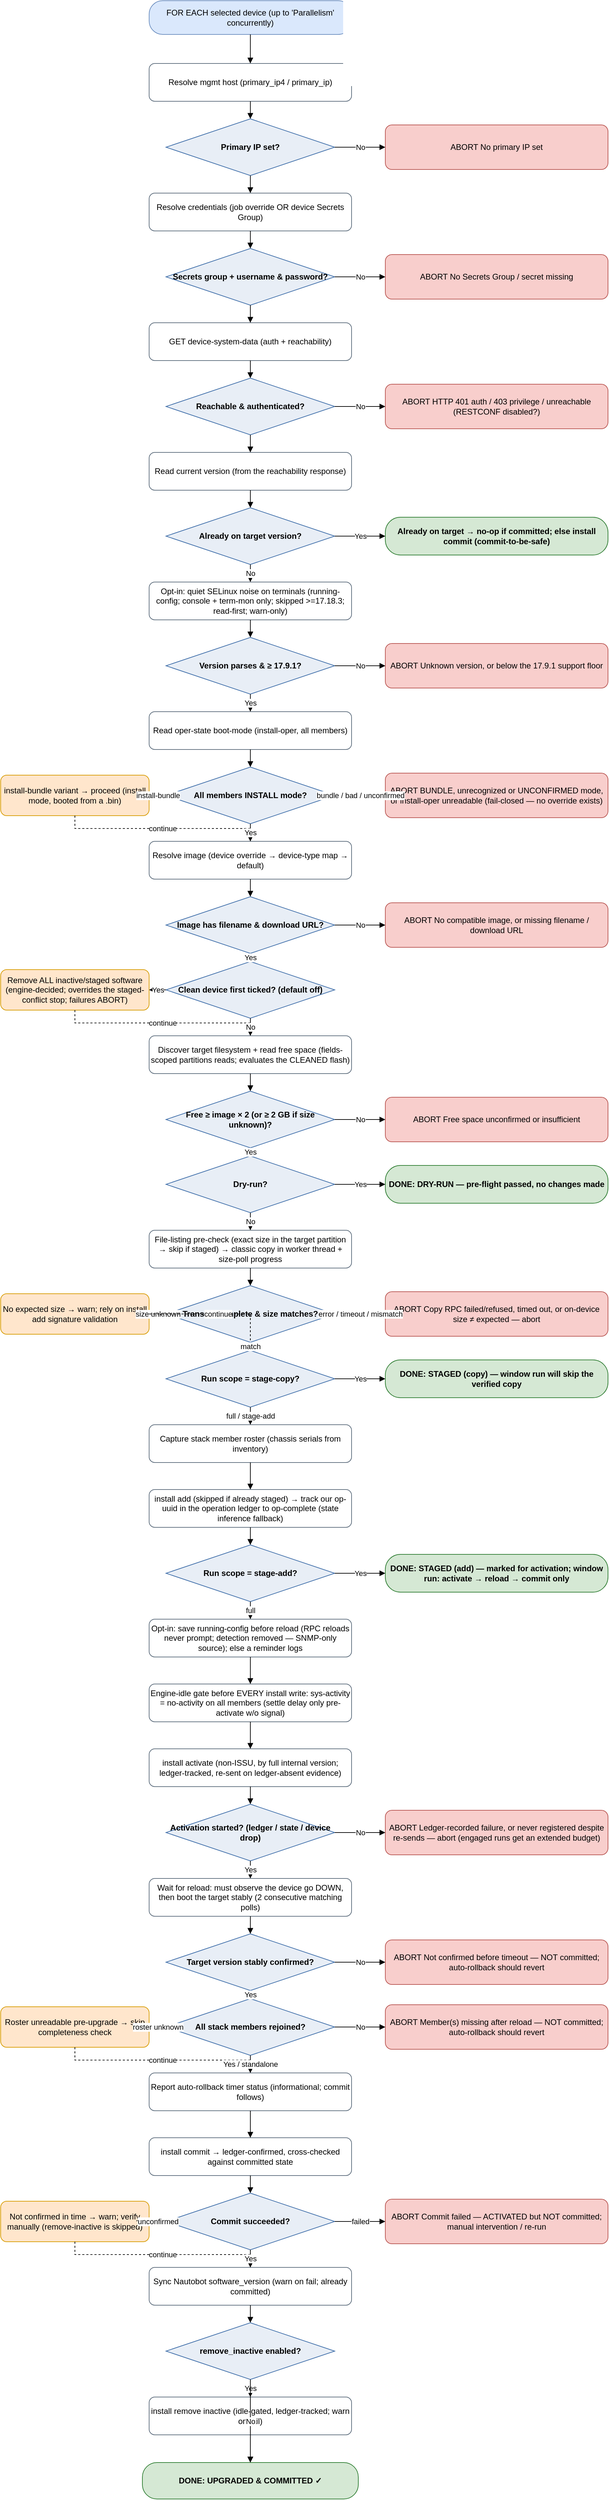
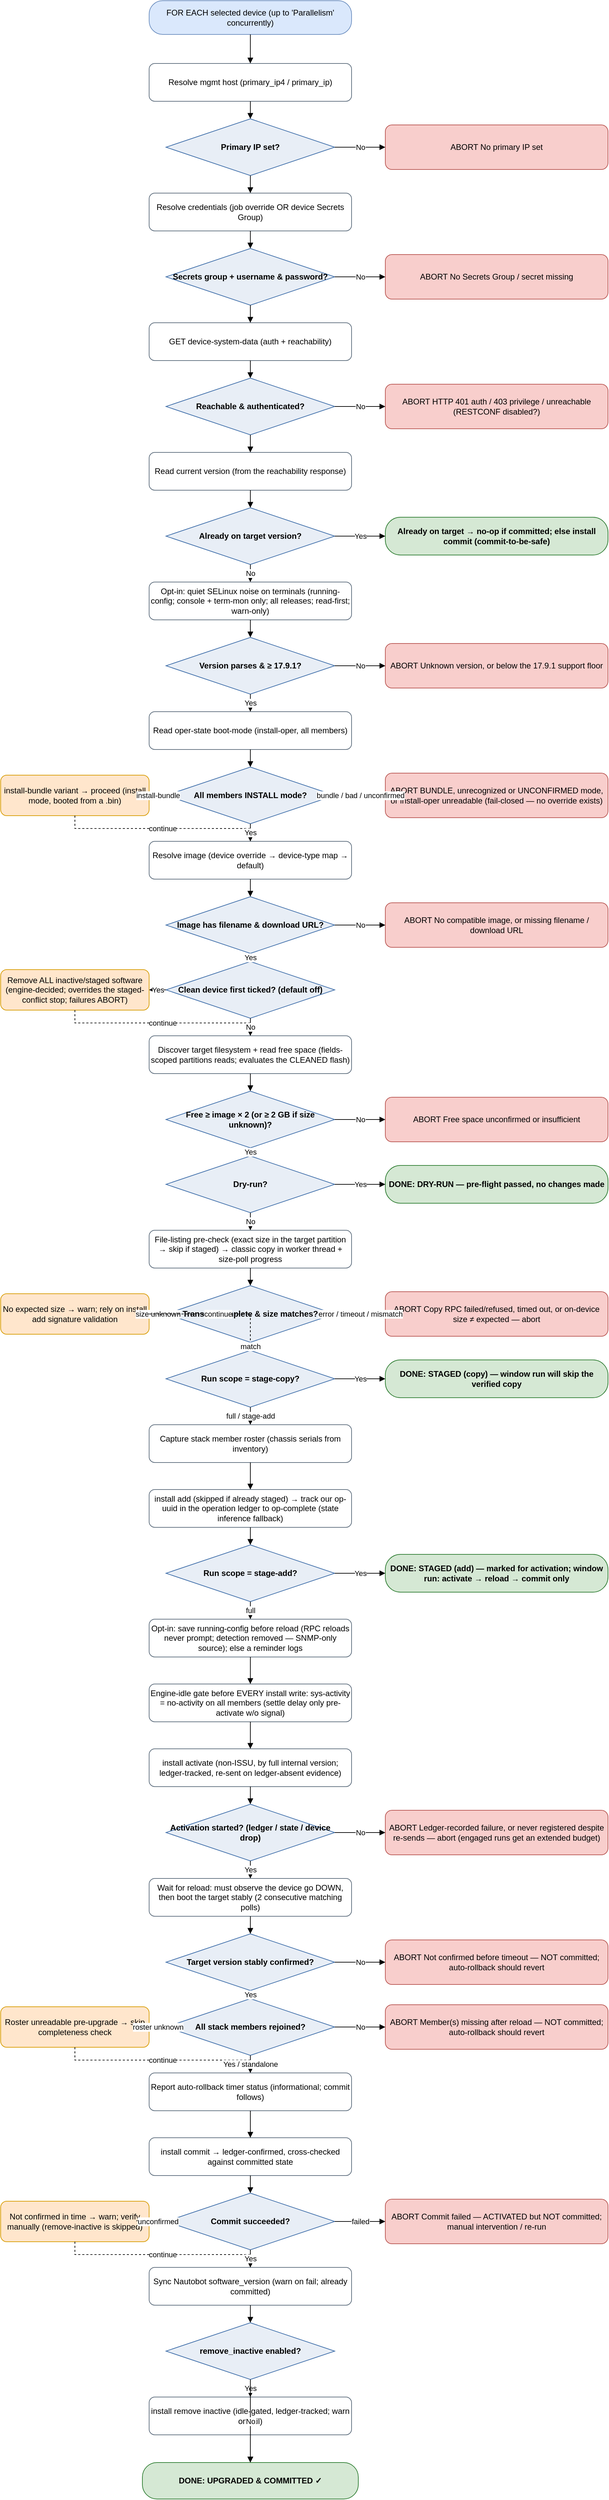
<mxfile host="app.diagrams.net" type="device">
  <diagram name="IOS-XE upgrade flow" id="iosxe-upgrade-flow">
    <mxGraphModel dx="1000" dy="2000" grid="1" gridSize="10" guides="1" tooltips="1"
        connect="1" arrows="1" fold="1" page="1" pageScale="1" math="0" shadow="0">
      <root>
        <mxCell id="0"/>
        <mxCell id="1" parent="0"/>
        <mxCell id="start" value="FOR EACH selected device&amp;#10;(up to &#x27;Parallelism&#x27; concurrently)" style="rounded=1;arcSize=40;whiteSpace=wrap;html=1;fillColor=#DAE8FC;strokeColor=#6C8EBF;" vertex="1" parent="1"><mxGeometry x="250" y="31" width="300" height="50" as="geometry"/></mxCell>
        <mxCell id="host" value="Resolve mgmt host&amp;#10;(primary_ip4 / primary_ip)" style="rounded=1;whiteSpace=wrap;html=1;fillColor=#FFFFFF;strokeColor=#5B6B7B;" vertex="1" parent="1"><mxGeometry x="250" y="124" width="300" height="56" as="geometry"/></mxCell>
        <mxCell id="d_ip" value="Primary IP set?" style="rhombus;whiteSpace=wrap;html=1;fillColor=#E8EEF6;strokeColor=#3C6CA8;fontStyle=1;" vertex="1" parent="1"><mxGeometry x="275" y="206" width="250" height="84" as="geometry"/></mxCell>
        <mxCell id="cred" value="Resolve credentials&amp;#10;(job override OR device Secrets Group)" style="rounded=1;whiteSpace=wrap;html=1;fillColor=#FFFFFF;strokeColor=#5B6B7B;" vertex="1" parent="1"><mxGeometry x="250" y="316" width="300" height="56" as="geometry"/></mxCell>
        <mxCell id="d_cred" value="Secrets group +&amp;#10;username &amp; password?" style="rhombus;whiteSpace=wrap;html=1;fillColor=#E8EEF6;strokeColor=#3C6CA8;fontStyle=1;" vertex="1" parent="1"><mxGeometry x="275" y="398" width="250" height="84" as="geometry"/></mxCell>
        <mxCell id="reach" value="GET device-system-data&amp;#10;(auth + reachability)" style="rounded=1;whiteSpace=wrap;html=1;fillColor=#FFFFFF;strokeColor=#5B6B7B;" vertex="1" parent="1"><mxGeometry x="250" y="508" width="300" height="56" as="geometry"/></mxCell>
        <mxCell id="d_reach" value="Reachable &amp;&amp;#10;authenticated?" style="rhombus;whiteSpace=wrap;html=1;fillColor=#E8EEF6;strokeColor=#3C6CA8;fontStyle=1;" vertex="1" parent="1"><mxGeometry x="275" y="590" width="250" height="84" as="geometry"/></mxCell>
        <mxCell id="curr" value="Read current version&amp;#10;(from the reachability response)" style="rounded=1;whiteSpace=wrap;html=1;fillColor=#FFFFFF;strokeColor=#5B6B7B;" vertex="1" parent="1"><mxGeometry x="250" y="700" width="300" height="56" as="geometry"/></mxCell>
        <mxCell id="d_target" value="Already on&amp;#10;target version?" style="rhombus;whiteSpace=wrap;html=1;fillColor=#E8EEF6;strokeColor=#3C6CA8;fontStyle=1;" vertex="1" parent="1"><mxGeometry x="275" y="782" width="250" height="84" as="geometry"/></mxCell>
-         <mxCell id="avcsup" value="Opt-in: quiet SELinux noise on terminals&amp;#10;(running-config; console + term-mon only;&amp;#10;skipped &gt;=17.18.3; read-first; warn-only)" style="rounded=1;whiteSpace=wrap;html=1;fillColor=#FFFFFF;strokeColor=#5B6B7B;" vertex="1" parent="1"><mxGeometry x="250" y="892" width="300" height="56" as="geometry"/></mxCell>
+         <mxCell id="avcsup" value="Opt-in: quiet SELinux noise on terminals&amp;#10;(running-config; console + term-mon only;&amp;#10;all releases; read-first; warn-only)" style="rounded=1;whiteSpace=wrap;html=1;fillColor=#FFFFFF;strokeColor=#5B6B7B;" vertex="1" parent="1"><mxGeometry x="250" y="892" width="300" height="56" as="geometry"/></mxCell>
        <mxCell id="d_floor" value="Version parses&amp;#10;&amp; ≥ 17.9.1?" style="rhombus;whiteSpace=wrap;html=1;fillColor=#E8EEF6;strokeColor=#3C6CA8;fontStyle=1;" vertex="1" parent="1"><mxGeometry x="275" y="974" width="250" height="84" as="geometry"/></mxCell>
        <mxCell id="mode" value="Read oper-state boot-mode&amp;#10;(install-oper, all members)" style="rounded=1;whiteSpace=wrap;html=1;fillColor=#FFFFFF;strokeColor=#5B6B7B;" vertex="1" parent="1"><mxGeometry x="250" y="1084" width="300" height="56" as="geometry"/></mxCell>
        <mxCell id="d_mode" value="All members&amp;#10;INSTALL mode?" style="rhombus;whiteSpace=wrap;html=1;fillColor=#E8EEF6;strokeColor=#3C6CA8;fontStyle=1;" vertex="1" parent="1"><mxGeometry x="275" y="1166" width="250" height="84" as="geometry"/></mxCell>
        <mxCell id="img" value="Resolve image (device override →&amp;#10;device-type map → default)" style="rounded=1;whiteSpace=wrap;html=1;fillColor=#FFFFFF;strokeColor=#5B6B7B;" vertex="1" parent="1"><mxGeometry x="250" y="1276" width="300" height="56" as="geometry"/></mxCell>
        <mxCell id="d_img" value="Image has filename&amp;#10;&amp; download URL?" style="rhombus;whiteSpace=wrap;html=1;fillColor=#E8EEF6;strokeColor=#3C6CA8;fontStyle=1;" vertex="1" parent="1"><mxGeometry x="275" y="1358" width="250" height="84" as="geometry"/></mxCell>
        <mxCell id="d_clean" value="Clean device first&amp;#10;ticked? (default off)" style="rhombus;whiteSpace=wrap;html=1;fillColor=#E8EEF6;strokeColor=#3C6CA8;fontStyle=1;" vertex="1" parent="1"><mxGeometry x="275" y="1454" width="250" height="84" as="geometry"/></mxCell>
        <mxCell id="space" value="Discover target filesystem + read free&amp;#10;space (fields-scoped partitions reads;&amp;#10;evaluates the CLEANED flash)" style="rounded=1;whiteSpace=wrap;html=1;fillColor=#FFFFFF;strokeColor=#5B6B7B;" vertex="1" parent="1"><mxGeometry x="250" y="1564" width="300" height="56" as="geometry"/></mxCell>
        <mxCell id="d_space" value="Free ≥ image × 2&amp;#10;(or ≥ 2 GB if size unknown)?" style="rhombus;whiteSpace=wrap;html=1;fillColor=#E8EEF6;strokeColor=#3C6CA8;fontStyle=1;" vertex="1" parent="1"><mxGeometry x="275" y="1646" width="250" height="84" as="geometry"/></mxCell>
        <mxCell id="d_dry" value="Dry-run?" style="rhombus;whiteSpace=wrap;html=1;fillColor=#E8EEF6;strokeColor=#3C6CA8;fontStyle=1;" vertex="1" parent="1"><mxGeometry x="275" y="1742" width="250" height="84" as="geometry"/></mxCell>
        <mxCell id="copy" value="File-listing pre-check (exact size in the&amp;#10;target partition → skip if staged) → classic&amp;#10;copy in worker thread + size-poll progress" style="rounded=1;whiteSpace=wrap;html=1;fillColor=#FFFFFF;strokeColor=#5B6B7B;" vertex="1" parent="1"><mxGeometry x="250" y="1852" width="300" height="56" as="geometry"/></mxCell>
        <mxCell id="d_size" value="Transfer complete&amp;#10;&amp; size matches?" style="rhombus;whiteSpace=wrap;html=1;fillColor=#E8EEF6;strokeColor=#3C6CA8;fontStyle=1;" vertex="1" parent="1"><mxGeometry x="275" y="1934" width="250" height="84" as="geometry"/></mxCell>
        <mxCell id="d_stagecopy" value="Run scope =&amp;#10;stage-copy?" style="rhombus;whiteSpace=wrap;html=1;fillColor=#E8EEF6;strokeColor=#3C6CA8;fontStyle=1;" vertex="1" parent="1"><mxGeometry x="275" y="2030" width="250" height="84" as="geometry"/></mxCell>
        <mxCell id="roster" value="Capture stack member roster&amp;#10;(chassis serials from inventory)" style="rounded=1;whiteSpace=wrap;html=1;fillColor=#FFFFFF;strokeColor=#5B6B7B;" vertex="1" parent="1"><mxGeometry x="250" y="2140" width="300" height="56" as="geometry"/></mxCell>
        <mxCell id="add" value="install add (skipped if already staged) →&amp;#10;track our op-uuid in the operation ledger&amp;#10;to op-complete (state inference fallback)" style="rounded=1;whiteSpace=wrap;html=1;fillColor=#FFFFFF;strokeColor=#5B6B7B;" vertex="1" parent="1"><mxGeometry x="250" y="2236" width="300" height="56" as="geometry"/></mxCell>
        <mxCell id="d_stageadd" value="Run scope =&amp;#10;stage-add?" style="rhombus;whiteSpace=wrap;html=1;fillColor=#E8EEF6;strokeColor=#3C6CA8;fontStyle=1;" vertex="1" parent="1"><mxGeometry x="275" y="2318" width="250" height="84" as="geometry"/></mxCell>
        <mxCell id="cfgsync" value="Opt-in: save running-config before reload&amp;#10;(RPC reloads never prompt; detection removed&amp;#10;— SNMP-only source); else a reminder logs" style="rounded=1;whiteSpace=wrap;html=1;fillColor=#FFFFFF;strokeColor=#5B6B7B;" vertex="1" parent="1"><mxGeometry x="250" y="2428" width="300" height="56" as="geometry"/></mxCell>
        <mxCell id="idle" value="Engine-idle gate before EVERY install write:&amp;#10;sys-activity = no-activity on all members&amp;#10;(settle delay only pre-activate w/o signal)" style="rounded=1;whiteSpace=wrap;html=1;fillColor=#FFFFFF;strokeColor=#5B6B7B;" vertex="1" parent="1"><mxGeometry x="250" y="2524" width="300" height="56" as="geometry"/></mxCell>
        <mxCell id="act" value="install activate (non-ISSU, by full internal&amp;#10;version; ledger-tracked,&amp;#10;re-sent on ledger-absent evidence)" style="rounded=1;whiteSpace=wrap;html=1;fillColor=#FFFFFF;strokeColor=#5B6B7B;" vertex="1" parent="1"><mxGeometry x="250" y="2620" width="300" height="56" as="geometry"/></mxCell>
        <mxCell id="d_act" value="Activation started?&amp;#10;(ledger / state / device drop)" style="rhombus;whiteSpace=wrap;html=1;fillColor=#E8EEF6;strokeColor=#3C6CA8;fontStyle=1;" vertex="1" parent="1"><mxGeometry x="275" y="2702" width="250" height="84" as="geometry"/></mxCell>
        <mxCell id="waitc" value="Wait for reload: must observe the device&amp;#10;go DOWN, then boot the target stably&amp;#10;(2 consecutive matching polls)" style="rounded=1;whiteSpace=wrap;html=1;fillColor=#FFFFFF;strokeColor=#5B6B7B;" vertex="1" parent="1"><mxGeometry x="250" y="2812" width="300" height="56" as="geometry"/></mxCell>
        <mxCell id="d_confirm" value="Target version&amp;#10;stably confirmed?" style="rhombus;whiteSpace=wrap;html=1;fillColor=#E8EEF6;strokeColor=#3C6CA8;fontStyle=1;" vertex="1" parent="1"><mxGeometry x="275" y="2894" width="250" height="84" as="geometry"/></mxCell>
        <mxCell id="d_members" value="All stack members&amp;#10;rejoined?" style="rhombus;whiteSpace=wrap;html=1;fillColor=#E8EEF6;strokeColor=#3C6CA8;fontStyle=1;" vertex="1" parent="1"><mxGeometry x="275" y="2990" width="250" height="84" as="geometry"/></mxCell>
        <mxCell id="rollbackchk" value="Report auto-rollback timer status&amp;#10;(informational; commit follows)" style="rounded=1;whiteSpace=wrap;html=1;fillColor=#FFFFFF;strokeColor=#5B6B7B;" vertex="1" parent="1"><mxGeometry x="250" y="3100" width="300" height="56" as="geometry"/></mxCell>
        <mxCell id="commit" value="install commit → ledger-confirmed,&amp;#10;cross-checked against committed state" style="rounded=1;whiteSpace=wrap;html=1;fillColor=#FFFFFF;strokeColor=#5B6B7B;" vertex="1" parent="1"><mxGeometry x="250" y="3196" width="300" height="56" as="geometry"/></mxCell>
        <mxCell id="d_commit" value="Commit&amp;#10;succeeded?" style="rhombus;whiteSpace=wrap;html=1;fillColor=#E8EEF6;strokeColor=#3C6CA8;fontStyle=1;" vertex="1" parent="1"><mxGeometry x="275" y="3278" width="250" height="84" as="geometry"/></mxCell>
        <mxCell id="sync" value="Sync Nautobot software_version&amp;#10;(warn on fail; already committed)" style="rounded=1;whiteSpace=wrap;html=1;fillColor=#FFFFFF;strokeColor=#5B6B7B;" vertex="1" parent="1"><mxGeometry x="250" y="3388" width="300" height="56" as="geometry"/></mxCell>
        <mxCell id="d_remove" value="remove_inactive&amp;#10;enabled?" style="rhombus;whiteSpace=wrap;html=1;fillColor=#E8EEF6;strokeColor=#3C6CA8;fontStyle=1;" vertex="1" parent="1"><mxGeometry x="275" y="3470" width="250" height="84" as="geometry"/></mxCell>
        <mxCell id="remove" value="install remove inactive (idle-gated,&amp;#10;ledger-tracked; warn on fail)" style="rounded=1;whiteSpace=wrap;html=1;fillColor=#FFFFFF;strokeColor=#5B6B7B;" vertex="1" parent="1"><mxGeometry x="250" y="3580" width="300" height="56" as="geometry"/></mxCell>
        <mxCell id="ok" value="DONE: UPGRADED &amp; COMMITTED ✓" style="rounded=1;arcSize=40;whiteSpace=wrap;html=1;fillColor=#D5E8D4;strokeColor=#2E7D32;fontStyle=1;" vertex="1" parent="1"><mxGeometry x="240" y="3677" width="320" height="54" as="geometry"/></mxCell>
        <mxCell id="d_ip_abort" value="ABORT&amp;#10;No primary IP set" style="rounded=1;whiteSpace=wrap;html=1;fillColor=#F8CECC;strokeColor=#B85450;" vertex="1" parent="1"><mxGeometry x="600" y="215" width="330" height="66" as="geometry"/></mxCell>
        <mxCell id="d_cred_abort" value="ABORT&amp;#10;No Secrets Group / secret missing" style="rounded=1;whiteSpace=wrap;html=1;fillColor=#F8CECC;strokeColor=#B85450;" vertex="1" parent="1"><mxGeometry x="600" y="407" width="330" height="66" as="geometry"/></mxCell>
        <mxCell id="d_reach_abort" value="ABORT&amp;#10;HTTP 401 auth / 403 privilege /&amp;#10;unreachable (RESTCONF disabled?)" style="rounded=1;whiteSpace=wrap;html=1;fillColor=#F8CECC;strokeColor=#B85450;" vertex="1" parent="1"><mxGeometry x="600" y="599" width="330" height="66" as="geometry"/></mxCell>
        <mxCell id="d_target_ok" value="Already on target → no-op if committed;&amp;#10;else install commit (commit-to-be-safe)" style="rounded=1;arcSize=40;whiteSpace=wrap;html=1;fillColor=#D5E8D4;strokeColor=#2E7D32;fontStyle=1;" vertex="1" parent="1"><mxGeometry x="600" y="796" width="330" height="56" as="geometry"/></mxCell>
        <mxCell id="d_floor_abort" value="ABORT&amp;#10;Unknown version, or below the&amp;#10;17.9.1 support floor" style="rounded=1;whiteSpace=wrap;html=1;fillColor=#F8CECC;strokeColor=#B85450;" vertex="1" parent="1"><mxGeometry x="600" y="983" width="330" height="66" as="geometry"/></mxCell>
        <mxCell id="d_mode_abort" value="ABORT&amp;#10;BUNDLE, unrecognized or UNCONFIRMED&amp;#10;mode, or install-oper unreadable&amp;#10;(fail-closed — no override exists)" style="rounded=1;whiteSpace=wrap;html=1;fillColor=#F8CECC;strokeColor=#B85450;" vertex="1" parent="1"><mxGeometry x="600" y="1175" width="330" height="66" as="geometry"/></mxCell>
        <mxCell id="d_mode_warn" value="install-bundle variant → proceed&amp;#10;(install mode, booted from a .bin)" style="rounded=1;whiteSpace=wrap;html=1;fillColor=#FFE6CC;strokeColor=#D79B00;" vertex="1" parent="1"><mxGeometry x="30" y="1178" width="220" height="60" as="geometry"/></mxCell>
        <mxCell id="d_img_abort" value="ABORT&amp;#10;No compatible image, or missing&amp;#10;filename / download URL" style="rounded=1;whiteSpace=wrap;html=1;fillColor=#F8CECC;strokeColor=#B85450;" vertex="1" parent="1"><mxGeometry x="600" y="1367" width="330" height="66" as="geometry"/></mxCell>
        <mxCell id="d_clean_warn" value="Remove ALL inactive/staged software&amp;#10;(engine-decided; overrides the staged-&amp;#10;conflict stop; failures ABORT)" style="rounded=1;whiteSpace=wrap;html=1;fillColor=#FFE6CC;strokeColor=#D79B00;" vertex="1" parent="1"><mxGeometry x="30" y="1466" width="220" height="60" as="geometry"/></mxCell>
        <mxCell id="d_space_abort" value="ABORT&amp;#10;Free space unconfirmed or&amp;#10;insufficient" style="rounded=1;whiteSpace=wrap;html=1;fillColor=#F8CECC;strokeColor=#B85450;" vertex="1" parent="1"><mxGeometry x="600" y="1655" width="330" height="66" as="geometry"/></mxCell>
        <mxCell id="d_dry_ok" value="DONE: DRY-RUN — pre-flight&amp;#10;passed, no changes made" style="rounded=1;arcSize=40;whiteSpace=wrap;html=1;fillColor=#D5E8D4;strokeColor=#2E7D32;fontStyle=1;" vertex="1" parent="1"><mxGeometry x="600" y="1756" width="330" height="56" as="geometry"/></mxCell>
        <mxCell id="d_size_abort" value="ABORT&amp;#10;Copy RPC failed/refused, timed out,&amp;#10;or on-device size ≠ expected — abort" style="rounded=1;whiteSpace=wrap;html=1;fillColor=#F8CECC;strokeColor=#B85450;" vertex="1" parent="1"><mxGeometry x="600" y="1943" width="330" height="66" as="geometry"/></mxCell>
        <mxCell id="d_size_warn" value="No expected size → warn; rely on&amp;#10;install add signature validation" style="rounded=1;whiteSpace=wrap;html=1;fillColor=#FFE6CC;strokeColor=#D79B00;" vertex="1" parent="1"><mxGeometry x="30" y="1946" width="220" height="60" as="geometry"/></mxCell>
        <mxCell id="d_stagecopy_ok" value="DONE: STAGED (copy) — window run&amp;#10;will skip the verified copy" style="rounded=1;arcSize=40;whiteSpace=wrap;html=1;fillColor=#D5E8D4;strokeColor=#2E7D32;fontStyle=1;" vertex="1" parent="1"><mxGeometry x="600" y="2044" width="330" height="56" as="geometry"/></mxCell>
        <mxCell id="d_stageadd_ok" value="DONE: STAGED (add) — marked for&amp;#10;activation; window run: activate →&amp;#10;reload → commit only" style="rounded=1;arcSize=40;whiteSpace=wrap;html=1;fillColor=#D5E8D4;strokeColor=#2E7D32;fontStyle=1;" vertex="1" parent="1"><mxGeometry x="600" y="2332" width="330" height="56" as="geometry"/></mxCell>
        <mxCell id="d_act_abort" value="ABORT&amp;#10;Ledger-recorded failure, or never&amp;#10;registered despite re-sends — abort&amp;#10;(engaged runs get an extended budget)" style="rounded=1;whiteSpace=wrap;html=1;fillColor=#F8CECC;strokeColor=#B85450;" vertex="1" parent="1"><mxGeometry x="600" y="2711" width="330" height="66" as="geometry"/></mxCell>
        <mxCell id="d_confirm_abort" value="ABORT&amp;#10;Not confirmed before timeout — NOT&amp;#10;committed; auto-rollback should revert" style="rounded=1;whiteSpace=wrap;html=1;fillColor=#F8CECC;strokeColor=#B85450;" vertex="1" parent="1"><mxGeometry x="600" y="2903" width="330" height="66" as="geometry"/></mxCell>
        <mxCell id="d_members_abort" value="ABORT&amp;#10;Member(s) missing after reload — NOT&amp;#10;committed; auto-rollback should revert" style="rounded=1;whiteSpace=wrap;html=1;fillColor=#F8CECC;strokeColor=#B85450;" vertex="1" parent="1"><mxGeometry x="600" y="2999" width="330" height="66" as="geometry"/></mxCell>
        <mxCell id="d_members_warn" value="Roster unreadable pre-upgrade →&amp;#10;skip completeness check" style="rounded=1;whiteSpace=wrap;html=1;fillColor=#FFE6CC;strokeColor=#D79B00;" vertex="1" parent="1"><mxGeometry x="30" y="3002" width="220" height="60" as="geometry"/></mxCell>
        <mxCell id="d_commit_abort" value="ABORT&amp;#10;Commit failed — ACTIVATED but NOT&amp;#10;committed; manual intervention / re-run" style="rounded=1;whiteSpace=wrap;html=1;fillColor=#F8CECC;strokeColor=#B85450;" vertex="1" parent="1"><mxGeometry x="600" y="3287" width="330" height="66" as="geometry"/></mxCell>
        <mxCell id="d_commit_warn" value="Not confirmed in time → warn;&amp;#10;verify manually (remove-inactive&amp;#10;is skipped)" style="rounded=1;whiteSpace=wrap;html=1;fillColor=#FFE6CC;strokeColor=#D79B00;" vertex="1" parent="1"><mxGeometry x="30" y="3290" width="220" height="60" as="geometry"/></mxCell>
        <mxCell id="e_d_ip_abort" value="No" style="edgeStyle=orthogonalEdgeStyle;rounded=0;html=1;endArrow=block;" edge="1" parent="1" source="d_ip" target="d_ip_abort"><mxGeometry relative="1" as="geometry"/></mxCell>
        <mxCell id="e_d_cred_abort" value="No" style="edgeStyle=orthogonalEdgeStyle;rounded=0;html=1;endArrow=block;" edge="1" parent="1" source="d_cred" target="d_cred_abort"><mxGeometry relative="1" as="geometry"/></mxCell>
        <mxCell id="e_d_reach_abort" value="No" style="edgeStyle=orthogonalEdgeStyle;rounded=0;html=1;endArrow=block;" edge="1" parent="1" source="d_reach" target="d_reach_abort"><mxGeometry relative="1" as="geometry"/></mxCell>
        <mxCell id="e_d_target_ok" value="Yes" style="edgeStyle=orthogonalEdgeStyle;rounded=0;html=1;endArrow=block;" edge="1" parent="1" source="d_target" target="d_target_ok"><mxGeometry relative="1" as="geometry"/></mxCell>
        <mxCell id="e_d_floor_abort" value="No" style="edgeStyle=orthogonalEdgeStyle;rounded=0;html=1;endArrow=block;" edge="1" parent="1" source="d_floor" target="d_floor_abort"><mxGeometry relative="1" as="geometry"/></mxCell>
        <mxCell id="e_d_mode_abort" value="bundle / bad /
unconfirmed" style="edgeStyle=orthogonalEdgeStyle;rounded=0;html=1;endArrow=block;" edge="1" parent="1" source="d_mode" target="d_mode_abort"><mxGeometry relative="1" as="geometry"/></mxCell>
        <mxCell id="e_d_mode_warn" value="install-bundle" style="edgeStyle=orthogonalEdgeStyle;rounded=0;html=1;endArrow=block;" edge="1" parent="1" source="d_mode" target="d_mode_warn"><mxGeometry relative="1" as="geometry"/></mxCell>
        <mxCell id="e_d_mode_warn_join" value="continue" style="edgeStyle=orthogonalEdgeStyle;rounded=0;html=1;endArrow=block;dashed=1;" edge="1" parent="1" source="d_mode_warn" target="img"><mxGeometry relative="1" as="geometry"/></mxCell>
        <mxCell id="e_d_img_abort" value="No" style="edgeStyle=orthogonalEdgeStyle;rounded=0;html=1;endArrow=block;" edge="1" parent="1" source="d_img" target="d_img_abort"><mxGeometry relative="1" as="geometry"/></mxCell>
        <mxCell id="e_d_clean_warn" value="Yes" style="edgeStyle=orthogonalEdgeStyle;rounded=0;html=1;endArrow=block;" edge="1" parent="1" source="d_clean" target="d_clean_warn"><mxGeometry relative="1" as="geometry"/></mxCell>
        <mxCell id="e_d_clean_warn_join" value="continue" style="edgeStyle=orthogonalEdgeStyle;rounded=0;html=1;endArrow=block;dashed=1;" edge="1" parent="1" source="d_clean_warn" target="space"><mxGeometry relative="1" as="geometry"/></mxCell>
        <mxCell id="e_d_space_abort" value="No" style="edgeStyle=orthogonalEdgeStyle;rounded=0;html=1;endArrow=block;" edge="1" parent="1" source="d_space" target="d_space_abort"><mxGeometry relative="1" as="geometry"/></mxCell>
        <mxCell id="e_d_dry_ok" value="Yes" style="edgeStyle=orthogonalEdgeStyle;rounded=0;html=1;endArrow=block;" edge="1" parent="1" source="d_dry" target="d_dry_ok"><mxGeometry relative="1" as="geometry"/></mxCell>
        <mxCell id="e_d_size_abort" value="error / timeout /
mismatch" style="edgeStyle=orthogonalEdgeStyle;rounded=0;html=1;endArrow=block;" edge="1" parent="1" source="d_size" target="d_size_abort"><mxGeometry relative="1" as="geometry"/></mxCell>
        <mxCell id="e_d_size_warn" value="size unknown" style="edgeStyle=orthogonalEdgeStyle;rounded=0;html=1;endArrow=block;" edge="1" parent="1" source="d_size" target="d_size_warn"><mxGeometry relative="1" as="geometry"/></mxCell>
        <mxCell id="e_d_size_warn_join" value="continue" style="edgeStyle=orthogonalEdgeStyle;rounded=0;html=1;endArrow=block;dashed=1;" edge="1" parent="1" source="d_size_warn" target="d_stagecopy"><mxGeometry relative="1" as="geometry"/></mxCell>
        <mxCell id="e_d_stagecopy_ok" value="Yes" style="edgeStyle=orthogonalEdgeStyle;rounded=0;html=1;endArrow=block;" edge="1" parent="1" source="d_stagecopy" target="d_stagecopy_ok"><mxGeometry relative="1" as="geometry"/></mxCell>
        <mxCell id="e_d_stageadd_ok" value="Yes" style="edgeStyle=orthogonalEdgeStyle;rounded=0;html=1;endArrow=block;" edge="1" parent="1" source="d_stageadd" target="d_stageadd_ok"><mxGeometry relative="1" as="geometry"/></mxCell>
        <mxCell id="e_d_act_abort" value="No" style="edgeStyle=orthogonalEdgeStyle;rounded=0;html=1;endArrow=block;" edge="1" parent="1" source="d_act" target="d_act_abort"><mxGeometry relative="1" as="geometry"/></mxCell>
        <mxCell id="e_d_confirm_abort" value="No" style="edgeStyle=orthogonalEdgeStyle;rounded=0;html=1;endArrow=block;" edge="1" parent="1" source="d_confirm" target="d_confirm_abort"><mxGeometry relative="1" as="geometry"/></mxCell>
        <mxCell id="e_d_members_abort" value="No" style="edgeStyle=orthogonalEdgeStyle;rounded=0;html=1;endArrow=block;" edge="1" parent="1" source="d_members" target="d_members_abort"><mxGeometry relative="1" as="geometry"/></mxCell>
        <mxCell id="e_d_members_warn" value="roster unknown" style="edgeStyle=orthogonalEdgeStyle;rounded=0;html=1;endArrow=block;" edge="1" parent="1" source="d_members" target="d_members_warn"><mxGeometry relative="1" as="geometry"/></mxCell>
        <mxCell id="e_d_members_warn_join" value="continue" style="edgeStyle=orthogonalEdgeStyle;rounded=0;html=1;endArrow=block;dashed=1;" edge="1" parent="1" source="d_members_warn" target="rollbackchk"><mxGeometry relative="1" as="geometry"/></mxCell>
        <mxCell id="e_d_commit_abort" value="failed" style="edgeStyle=orthogonalEdgeStyle;rounded=0;html=1;endArrow=block;" edge="1" parent="1" source="d_commit" target="d_commit_abort"><mxGeometry relative="1" as="geometry"/></mxCell>
        <mxCell id="e_d_commit_warn" value="unconfirmed" style="edgeStyle=orthogonalEdgeStyle;rounded=0;html=1;endArrow=block;" edge="1" parent="1" source="d_commit" target="d_commit_warn"><mxGeometry relative="1" as="geometry"/></mxCell>
        <mxCell id="e_d_commit_warn_join" value="continue" style="edgeStyle=orthogonalEdgeStyle;rounded=0;html=1;endArrow=block;dashed=1;" edge="1" parent="1" source="d_commit_warn" target="sync"><mxGeometry relative="1" as="geometry"/></mxCell>
        <mxCell id="e_start_host" value="" style="edgeStyle=orthogonalEdgeStyle;rounded=0;html=1;endArrow=block;" edge="1" parent="1" source="start" target="host"><mxGeometry relative="1" as="geometry"/></mxCell>
        <mxCell id="e_host_d_ip" value="" style="edgeStyle=orthogonalEdgeStyle;rounded=0;html=1;endArrow=block;" edge="1" parent="1" source="host" target="d_ip"><mxGeometry relative="1" as="geometry"/></mxCell>
        <mxCell id="e_d_ip_cred" value="" style="edgeStyle=orthogonalEdgeStyle;rounded=0;html=1;endArrow=block;" edge="1" parent="1" source="d_ip" target="cred"><mxGeometry relative="1" as="geometry"/></mxCell>
        <mxCell id="e_cred_d_cred" value="" style="edgeStyle=orthogonalEdgeStyle;rounded=0;html=1;endArrow=block;" edge="1" parent="1" source="cred" target="d_cred"><mxGeometry relative="1" as="geometry"/></mxCell>
        <mxCell id="e_d_cred_reach" value="" style="edgeStyle=orthogonalEdgeStyle;rounded=0;html=1;endArrow=block;" edge="1" parent="1" source="d_cred" target="reach"><mxGeometry relative="1" as="geometry"/></mxCell>
        <mxCell id="e_reach_d_reach" value="" style="edgeStyle=orthogonalEdgeStyle;rounded=0;html=1;endArrow=block;" edge="1" parent="1" source="reach" target="d_reach"><mxGeometry relative="1" as="geometry"/></mxCell>
        <mxCell id="e_d_reach_curr" value="" style="edgeStyle=orthogonalEdgeStyle;rounded=0;html=1;endArrow=block;" edge="1" parent="1" source="d_reach" target="curr"><mxGeometry relative="1" as="geometry"/></mxCell>
        <mxCell id="e_curr_d_target" value="" style="edgeStyle=orthogonalEdgeStyle;rounded=0;html=1;endArrow=block;" edge="1" parent="1" source="curr" target="d_target"><mxGeometry relative="1" as="geometry"/></mxCell>
        <mxCell id="e_d_target_avcsup" value="No" style="edgeStyle=orthogonalEdgeStyle;rounded=0;html=1;endArrow=block;" edge="1" parent="1" source="d_target" target="avcsup"><mxGeometry relative="1" as="geometry"/></mxCell>
        <mxCell id="e_avcsup_d_floor" value="" style="edgeStyle=orthogonalEdgeStyle;rounded=0;html=1;endArrow=block;" edge="1" parent="1" source="avcsup" target="d_floor"><mxGeometry relative="1" as="geometry"/></mxCell>
        <mxCell id="e_d_floor_mode" value="Yes" style="edgeStyle=orthogonalEdgeStyle;rounded=0;html=1;endArrow=block;" edge="1" parent="1" source="d_floor" target="mode"><mxGeometry relative="1" as="geometry"/></mxCell>
        <mxCell id="e_mode_d_mode" value="" style="edgeStyle=orthogonalEdgeStyle;rounded=0;html=1;endArrow=block;" edge="1" parent="1" source="mode" target="d_mode"><mxGeometry relative="1" as="geometry"/></mxCell>
        <mxCell id="e_d_mode_img" value="Yes" style="edgeStyle=orthogonalEdgeStyle;rounded=0;html=1;endArrow=block;" edge="1" parent="1" source="d_mode" target="img"><mxGeometry relative="1" as="geometry"/></mxCell>
        <mxCell id="e_img_d_img" value="" style="edgeStyle=orthogonalEdgeStyle;rounded=0;html=1;endArrow=block;" edge="1" parent="1" source="img" target="d_img"><mxGeometry relative="1" as="geometry"/></mxCell>
        <mxCell id="e_d_img_d_clean" value="Yes" style="edgeStyle=orthogonalEdgeStyle;rounded=0;html=1;endArrow=block;" edge="1" parent="1" source="d_img" target="d_clean"><mxGeometry relative="1" as="geometry"/></mxCell>
        <mxCell id="e_d_clean_space" value="No" style="edgeStyle=orthogonalEdgeStyle;rounded=0;html=1;endArrow=block;" edge="1" parent="1" source="d_clean" target="space"><mxGeometry relative="1" as="geometry"/></mxCell>
        <mxCell id="e_space_d_space" value="" style="edgeStyle=orthogonalEdgeStyle;rounded=0;html=1;endArrow=block;" edge="1" parent="1" source="space" target="d_space"><mxGeometry relative="1" as="geometry"/></mxCell>
        <mxCell id="e_d_space_d_dry" value="Yes" style="edgeStyle=orthogonalEdgeStyle;rounded=0;html=1;endArrow=block;" edge="1" parent="1" source="d_space" target="d_dry"><mxGeometry relative="1" as="geometry"/></mxCell>
        <mxCell id="e_d_dry_copy" value="No" style="edgeStyle=orthogonalEdgeStyle;rounded=0;html=1;endArrow=block;" edge="1" parent="1" source="d_dry" target="copy"><mxGeometry relative="1" as="geometry"/></mxCell>
        <mxCell id="e_copy_d_size" value="" style="edgeStyle=orthogonalEdgeStyle;rounded=0;html=1;endArrow=block;" edge="1" parent="1" source="copy" target="d_size"><mxGeometry relative="1" as="geometry"/></mxCell>
        <mxCell id="e_d_size_d_stagecopy" value="match" style="edgeStyle=orthogonalEdgeStyle;rounded=0;html=1;endArrow=block;" edge="1" parent="1" source="d_size" target="d_stagecopy"><mxGeometry relative="1" as="geometry"/></mxCell>
        <mxCell id="e_d_stagecopy_roster" value="full / stage-add" style="edgeStyle=orthogonalEdgeStyle;rounded=0;html=1;endArrow=block;" edge="1" parent="1" source="d_stagecopy" target="roster"><mxGeometry relative="1" as="geometry"/></mxCell>
        <mxCell id="e_roster_add" value="" style="edgeStyle=orthogonalEdgeStyle;rounded=0;html=1;endArrow=block;" edge="1" parent="1" source="roster" target="add"><mxGeometry relative="1" as="geometry"/></mxCell>
        <mxCell id="e_add_d_stageadd" value="" style="edgeStyle=orthogonalEdgeStyle;rounded=0;html=1;endArrow=block;" edge="1" parent="1" source="add" target="d_stageadd"><mxGeometry relative="1" as="geometry"/></mxCell>
        <mxCell id="e_d_stageadd_cfgsync" value="full" style="edgeStyle=orthogonalEdgeStyle;rounded=0;html=1;endArrow=block;" edge="1" parent="1" source="d_stageadd" target="cfgsync"><mxGeometry relative="1" as="geometry"/></mxCell>
        <mxCell id="e_cfgsync_idle" value="" style="edgeStyle=orthogonalEdgeStyle;rounded=0;html=1;endArrow=block;" edge="1" parent="1" source="cfgsync" target="idle"><mxGeometry relative="1" as="geometry"/></mxCell>
        <mxCell id="e_idle_act" value="" style="edgeStyle=orthogonalEdgeStyle;rounded=0;html=1;endArrow=block;" edge="1" parent="1" source="idle" target="act"><mxGeometry relative="1" as="geometry"/></mxCell>
        <mxCell id="e_act_d_act" value="" style="edgeStyle=orthogonalEdgeStyle;rounded=0;html=1;endArrow=block;" edge="1" parent="1" source="act" target="d_act"><mxGeometry relative="1" as="geometry"/></mxCell>
        <mxCell id="e_d_act_waitc" value="Yes" style="edgeStyle=orthogonalEdgeStyle;rounded=0;html=1;endArrow=block;" edge="1" parent="1" source="d_act" target="waitc"><mxGeometry relative="1" as="geometry"/></mxCell>
        <mxCell id="e_waitc_d_confirm" value="" style="edgeStyle=orthogonalEdgeStyle;rounded=0;html=1;endArrow=block;" edge="1" parent="1" source="waitc" target="d_confirm"><mxGeometry relative="1" as="geometry"/></mxCell>
        <mxCell id="e_d_confirm_d_members" value="Yes" style="edgeStyle=orthogonalEdgeStyle;rounded=0;html=1;endArrow=block;" edge="1" parent="1" source="d_confirm" target="d_members"><mxGeometry relative="1" as="geometry"/></mxCell>
        <mxCell id="e_d_members_rollbackchk" value="Yes / standalone" style="edgeStyle=orthogonalEdgeStyle;rounded=0;html=1;endArrow=block;" edge="1" parent="1" source="d_members" target="rollbackchk"><mxGeometry relative="1" as="geometry"/></mxCell>
        <mxCell id="e_rollbackchk_commit" value="" style="edgeStyle=orthogonalEdgeStyle;rounded=0;html=1;endArrow=block;" edge="1" parent="1" source="rollbackchk" target="commit"><mxGeometry relative="1" as="geometry"/></mxCell>
        <mxCell id="e_commit_d_commit" value="" style="edgeStyle=orthogonalEdgeStyle;rounded=0;html=1;endArrow=block;" edge="1" parent="1" source="commit" target="d_commit"><mxGeometry relative="1" as="geometry"/></mxCell>
        <mxCell id="e_d_commit_sync" value="Yes" style="edgeStyle=orthogonalEdgeStyle;rounded=0;html=1;endArrow=block;" edge="1" parent="1" source="d_commit" target="sync"><mxGeometry relative="1" as="geometry"/></mxCell>
        <mxCell id="e_sync_d_remove" value="" style="edgeStyle=orthogonalEdgeStyle;rounded=0;html=1;endArrow=block;" edge="1" parent="1" source="sync" target="d_remove"><mxGeometry relative="1" as="geometry"/></mxCell>
        <mxCell id="e_remove_yes" value="Yes" style="edgeStyle=orthogonalEdgeStyle;rounded=0;html=1;endArrow=block;" edge="1" parent="1" source="d_remove" target="remove"><mxGeometry relative="1" as="geometry"/></mxCell>
        <mxCell id="e_remove_ok" value="" style="edgeStyle=orthogonalEdgeStyle;rounded=0;html=1;endArrow=block;" edge="1" parent="1" source="remove" target="ok"><mxGeometry relative="1" as="geometry"/></mxCell>
        <mxCell id="e_remove_no" value="No" style="edgeStyle=orthogonalEdgeStyle;rounded=0;html=1;endArrow=block;" edge="1" parent="1" source="d_remove" target="ok"><mxGeometry relative="1" as="geometry"/></mxCell>
      </root>
    </mxGraphModel>
  </diagram>
</mxfile>
